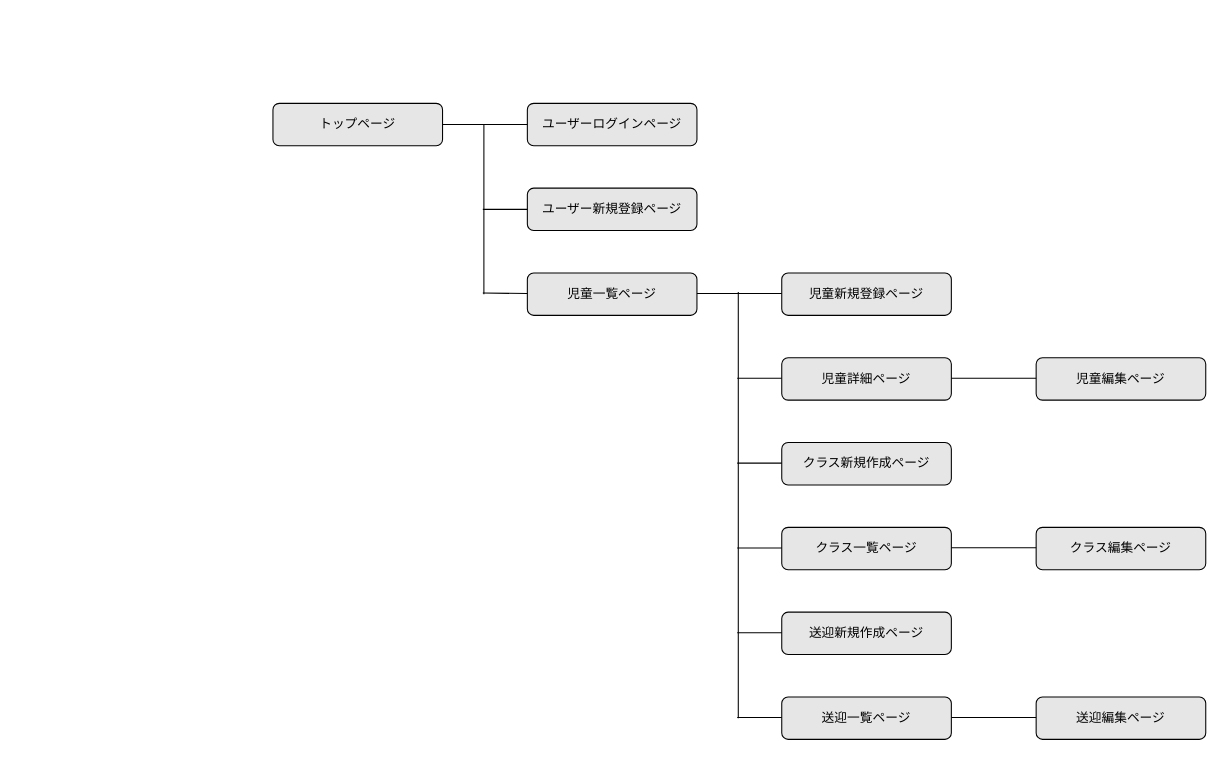
rrr-ryu/wasurena keeps this draw.io diagram as flow_chart.dio. Above is the earlier version. Source tidied: cells renumbered, new cells numbered last; positions are measured from the earlier drawing's top-left corner, leaving out a move shared by most shapes. Both pictures are drawn from the tidied source at 106%, with x=0, y=0 at pixel (272, 103).
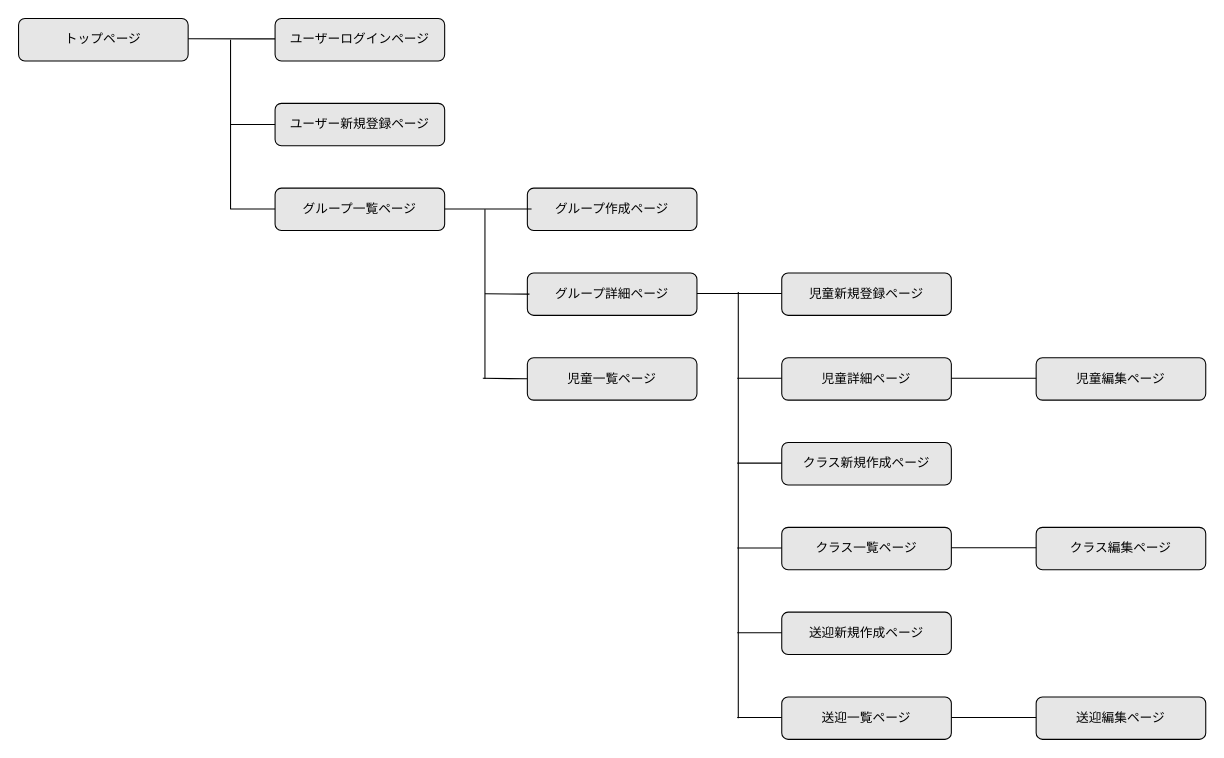
Above is the later version.

Commit message (it also covers changes not shown here):
要件定義修正に伴い、テーブル、フローチャート図修正

Diff of the diagram source:
```diff
@@
     <mxCell id="2" value="トップページ" style="rounded=1;whiteSpace=wrap;html=1;fillColor=#E6E6E6;fontColor=#000000;strokeWidth=1;strokeColor=#000000;snapToPoint=0;" parent="1" vertex="1">
-      <mxGeometry width="160" height="40" as="geometry" />
+      <mxGeometry x="-240" y="-80" width="160" height="40" as="geometry" />
     </mxCell>
-    <mxCell id="3" value="児童一覧ページ" style="rounded=1;whiteSpace=wrap;html=1;fillColor=#E6E6E6;fontColor=#000000;strokeWidth=1;strokeColor=#000000;" parent="1" vertex="1">
+    <mxCell id="3" value="グループ詳細ページ" style="rounded=1;whiteSpace=wrap;html=1;fillColor=#E6E6E6;fontColor=#000000;strokeWidth=1;strokeColor=#000000;" parent="1" vertex="1">
       <mxGeometry x="240" y="160" width="160" height="40" as="geometry" />
     </mxCell>
     <mxCell id="4" value="ユーザー新規登録ページ" style="rounded=1;whiteSpace=wrap;html=1;fillColor=#E6E6E6;fontColor=#000000;strokeWidth=1;strokeColor=#000000;snapToPoint=0;" parent="1" vertex="1">
-      <mxGeometry x="240" y="80" width="160" height="40" as="geometry" />
+      <mxGeometry x="2" width="160" height="40" as="geometry" />
     </mxCell>
     <mxCell id="5" value="ユーザーログインページ" style="rounded=1;whiteSpace=wrap;html=1;fillColor=#E6E6E6;fontColor=#000000;strokeWidth=1;strokeColor=#000000;snapToPoint=0;" parent="1" vertex="1">
-      <mxGeometry x="240" width="160" height="40" as="geometry" />
+      <mxGeometry x="2" y="-80" width="160" height="40" as="geometry" />
     </mxCell>
@@
-    <mxCell id="15" style="endArrow=none;html=1;rounded=0;fontFamily=Helvetica;fontSize=12;fontColor=#000000;strokeColor=#000000;strokeWidth=1;entryX=0;entryY=0.5;entryDx=0;entryDy=0;exitX=1;exitY=0.5;exitDx=0;exitDy=0;" parent="1" edge="1" source="2" target="5">
-      <mxGeometry relative="1" as="geometry" />
-    </mxCell>
     <mxCell id="16" style="endArrow=none;html=1;rounded=0;fontFamily=Helvetica;fontSize=12;fontColor=#000000;strokeColor=#000000;strokeWidth=1;" parent="1" edge="1">
       <mxGeometry relative="1" as="geometry">
-        <mxPoint x="199" y="180" as="sourcePoint" />
-        <mxPoint x="199" y="20" as="targetPoint" />
+        <mxPoint x="-40" y="100" as="sourcePoint" />
+        <mxPoint x="-40" y="-60" as="targetPoint" />
       </mxGeometry>
     </mxCell>
@@
     <mxCell id="22" style="endArrow=none;html=1;rounded=0;fontFamily=Helvetica;fontSize=12;fontColor=#000000;strokeColor=#000000;strokeWidth=1;entryX=0;entryY=0.5;entryDx=0;entryDy=0;" parent="1" edge="1" target="4">
       <mxGeometry relative="1" as="geometry">
-        <mxPoint x="198" y="100" as="sourcePoint" />
+        <mxPoint x="-40" y="20" as="sourcePoint" />
       </mxGeometry>
     </mxCell>
     <mxCell id="23" style="endArrow=none;html=1;rounded=0;fontFamily=Helvetica;fontSize=12;fontColor=#000000;strokeColor=#000000;strokeWidth=1;entryX=0;entryY=0.5;entryDx=0;entryDy=0;" parent="1" edge="1">
       <mxGeometry relative="1" as="geometry">
-        <mxPoint x="198" y="179" as="sourcePoint" />
-        <mxPoint x="240" y="179.4" as="targetPoint" />
+        <mxPoint x="200" y="179.6" as="sourcePoint" />
+        <mxPoint x="242" y="180" as="targetPoint" />
       </mxGeometry>
     </mxCell>
@@
+    <mxCell id="29" value="グループ一覧ページ" style="rounded=1;whiteSpace=wrap;html=1;fillColor=#E6E6E6;fontColor=#000000;strokeWidth=1;strokeColor=#000000;" parent="1" vertex="1">
+      <mxGeometry x="2" y="80" width="160" height="40" as="geometry" />
+    </mxCell>
+    <mxCell id="30" value="グループ作成ページ" style="rounded=1;whiteSpace=wrap;html=1;fillColor=#E6E6E6;fontColor=#000000;strokeWidth=1;strokeColor=#000000;" parent="1" vertex="1">
+      <mxGeometry x="240" y="80" width="160" height="40" as="geometry" />
+    </mxCell>
+    <mxCell id="31" style="endArrow=none;html=1;rounded=0;fontFamily=Helvetica;fontSize=12;fontColor=#000000;strokeColor=#000000;strokeWidth=1;entryX=0;entryY=0.5;entryDx=0;entryDy=0;" parent="1" edge="1">
+      <mxGeometry relative="1" as="geometry">
+        <mxPoint x="-80" y="-61" as="sourcePoint" />
+        <mxPoint x="2" y="-60.8" as="targetPoint" />
+      </mxGeometry>
+    </mxCell>
+    <mxCell id="32" style="endArrow=none;html=1;rounded=0;fontFamily=Helvetica;fontSize=12;fontColor=#000000;strokeColor=#000000;strokeWidth=1;entryX=0;entryY=0.5;entryDx=0;entryDy=0;" parent="1" edge="1">
+      <mxGeometry relative="1" as="geometry">
+        <mxPoint x="162" y="99.6" as="sourcePoint" />
+        <mxPoint x="244" y="99.7" as="targetPoint" />
+      </mxGeometry>
+    </mxCell>
+    <mxCell id="33" style="endArrow=none;html=1;rounded=0;fontFamily=Helvetica;fontSize=12;fontColor=#000000;strokeColor=#000000;strokeWidth=1;entryX=0;entryY=0.5;entryDx=0;entryDy=0;" parent="1" edge="1">
+      <mxGeometry relative="1" as="geometry">
+        <mxPoint x="-40" y="99.6" as="sourcePoint" />
+        <mxPoint x="2" y="99.6" as="targetPoint" />
+      </mxGeometry>
+    </mxCell>
+    <mxCell id="34" value="児童一覧ページ" style="rounded=1;whiteSpace=wrap;html=1;fillColor=#E6E6E6;fontColor=#000000;strokeWidth=1;strokeColor=#000000;" parent="1" vertex="1">
+      <mxGeometry x="240" y="240" width="160" height="40" as="geometry" />
+    </mxCell>
+    <mxCell id="35" style="endArrow=none;html=1;rounded=0;fontFamily=Helvetica;fontSize=12;fontColor=#000000;strokeColor=#000000;strokeWidth=1;entryX=0;entryY=0.5;entryDx=0;entryDy=0;" parent="1" edge="1">
+      <mxGeometry relative="1" as="geometry">
+        <mxPoint x="198" y="259.4" as="sourcePoint" />
+        <mxPoint x="240" y="259.9" as="targetPoint" />
+      </mxGeometry>
+    </mxCell>
+    <mxCell id="36" style="endArrow=none;html=1;rounded=0;fontFamily=Helvetica;fontSize=12;fontColor=#000000;strokeColor=#000000;strokeWidth=1;" parent="1" edge="1">
+      <mxGeometry relative="1" as="geometry">
+        <mxPoint x="200" y="260" as="sourcePoint" />
+        <mxPoint x="200" y="100" as="targetPoint" />
+      </mxGeometry>
+    </mxCell>
```
